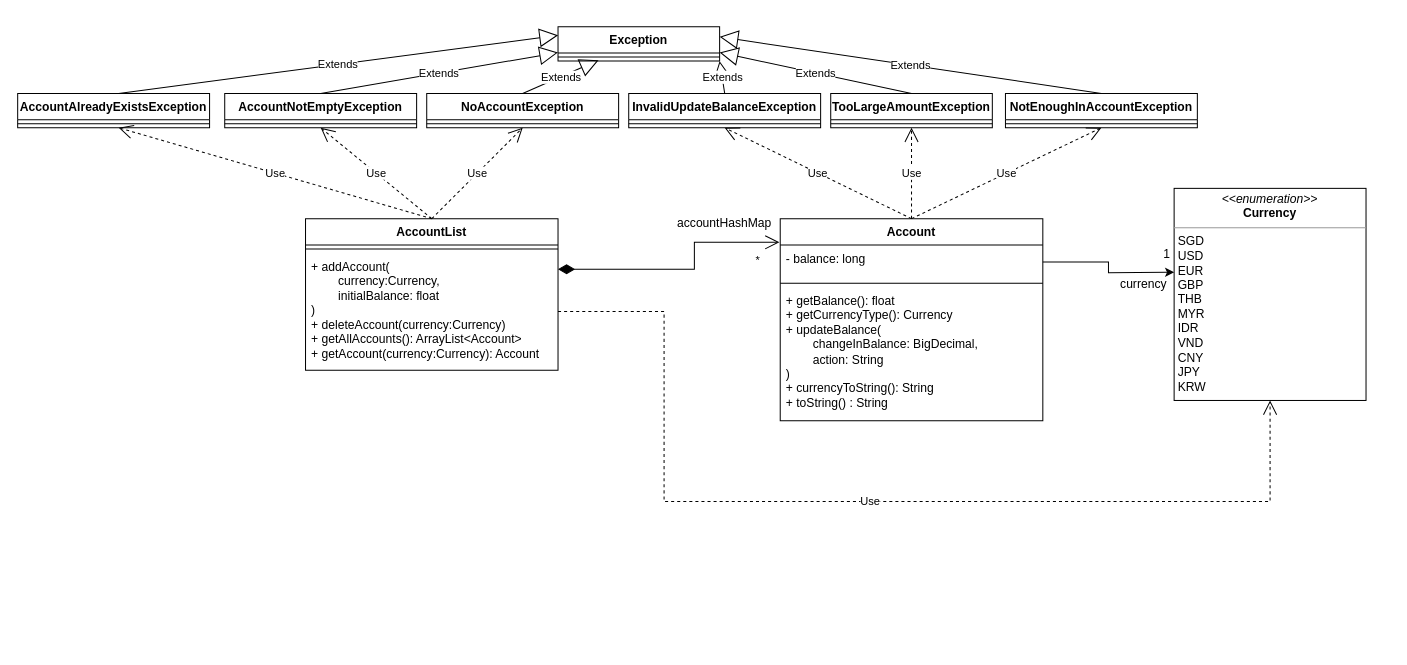
Before: docs/diagrams/AccountListClassDiagram.drawio in woowenjun99/tp, a draw.io diagram. Source tidied: cells renumbered, new cells numbered last; positions are measured from the earlier drawing's top-left corner, leaving out a move shared by most shapes. Both pictures are drawn from the tidied source at 101%, with x=0, y=0 at pixel (17, 26).
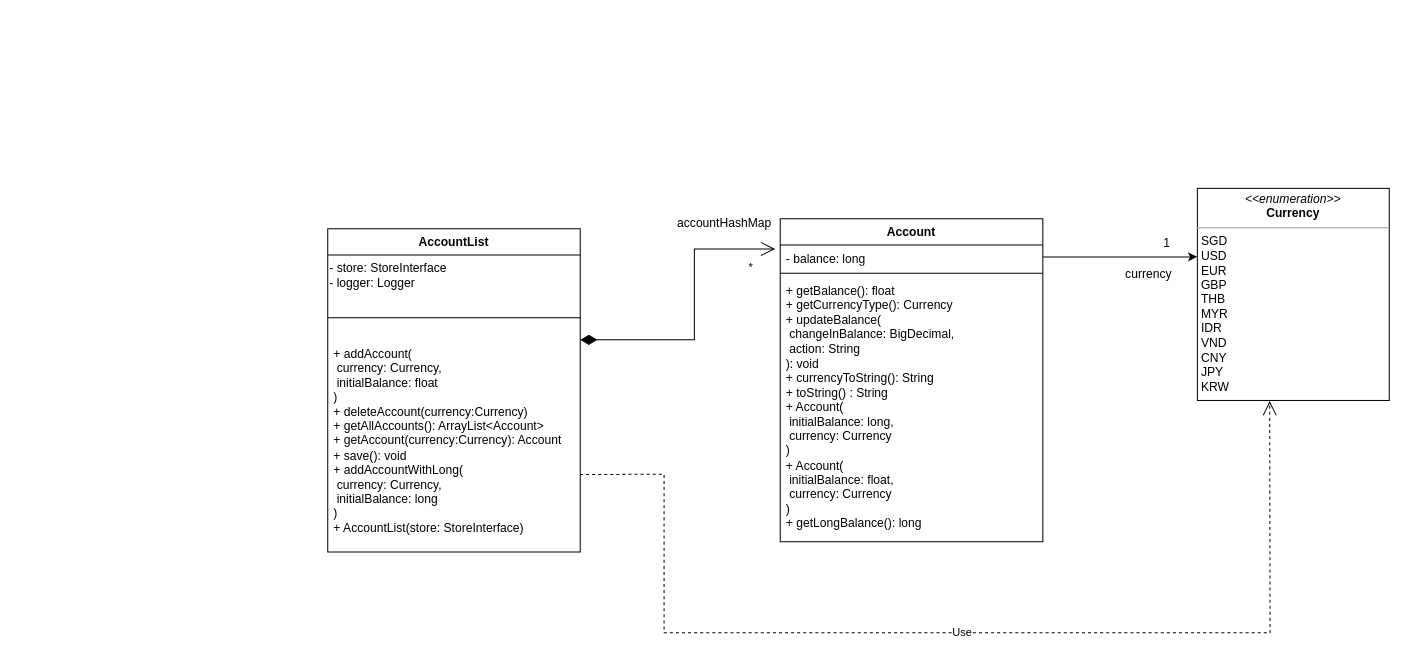
The same page after the edit.

Commit message (it also covers changes not shown here):
Update the account list dg

What changed in the source:
```diff
@@
     <mxCell id="2" value="Account" style="swimlane;fontStyle=1;align=center;verticalAlign=top;horizontal=1;startSize=26;whiteSpace=wrap;html=1;" parent="1" vertex="1">
-      <mxGeometry x="755" y="190" width="260" height="200" as="geometry" />
+      <mxGeometry x="755" y="190" width="260" height="320" as="geometry" />
     </mxCell>
-    <mxCell id="3" style="edgeStyle=orthogonalEdgeStyle;rounded=0;jettySize=auto;html=1;" parent="2" edge="1" source="4">
-      <mxGeometry relative="1" as="geometry">
-        <mxPoint x="390" y="53" as="targetPoint" />
-      </mxGeometry>
-    </mxCell>
     <mxCell id="4" value="- balance: long" style="text;strokeColor=none;fillColor=none;align=left;verticalAlign=top;spacingLeft=4;spacingRight=4;overflow=hidden;points=[[0,0.5],[1,0.5]];portConstraint=eastwest;whiteSpace=wrap;html=1;" parent="2" vertex="1">
-      <mxGeometry y="26" width="260" height="34" as="geometry" />
+      <mxGeometry y="26" width="260" height="24" as="geometry" />
     </mxCell>
     <mxCell id="5" style="line;strokeWidth=1;fillColor=none;align=left;verticalAlign=middle;spacingTop=-1;spacingLeft=3;spacingRight=3;labelPosition=right;strokeColor=inherit;" parent="2" vertex="1">
-      <mxGeometry y="60" width="260" height="8" as="geometry" />
+      <mxGeometry y="50" width="260" height="8" as="geometry" />
     </mxCell>
-    <mxCell id="6" value="+ getBalance(): float&lt;br&gt;+ getCurrencyType(): Currency&lt;br&gt;+ updateBalance(&lt;br&gt;&lt;span style=&quot;background-color: initial;&quot;&gt;&lt;span style=&quot;white-space: pre;&quot;&gt;&#9;&lt;/span&gt;changeInBalance: BigDecimal,&amp;nbsp;&lt;br&gt;&lt;/span&gt;&lt;span style=&quot;background-color: initial;&quot;&gt;&lt;span style=&quot;white-space: pre;&quot;&gt;&#9;&lt;/span&gt;action: String&lt;/span&gt;&lt;span style=&quot;background-color: initial;&quot;&gt;&lt;br&gt;&lt;/span&gt;)&lt;br&gt;+ currencyToString(): String&lt;br&gt;+ toString() : String" style="text;strokeColor=none;fillColor=none;align=left;verticalAlign=top;spacingLeft=4;spacingRight=4;overflow=hidden;whiteSpace=wrap;html=1;" parent="2" vertex="1">
-      <mxGeometry y="68" width="260" height="132" as="geometry" />
+    <mxCell id="6" value="+ getBalance(): float&lt;br&gt;+ getCurrencyType(): Currency&lt;br&gt;+ updateBalance(&lt;br&gt;&lt;span style=&quot;background-color: initial;&quot;&gt;&lt;span style=&quot;white-space: pre;&quot;&gt; &lt;/span&gt;changeInBalance: BigDecimal,&amp;nbsp;&lt;br&gt;&lt;/span&gt;&lt;span style=&quot;background-color: initial;&quot;&gt;&lt;span style=&quot;white-space: pre;&quot;&gt; &lt;/span&gt;action: String&lt;/span&gt;&lt;span style=&quot;background-color: initial;&quot;&gt;&lt;br&gt;&lt;/span&gt;): void&lt;br&gt;+ currencyToString(): String&lt;br&gt;+ toString() : String&lt;br&gt;+ Account(&lt;br&gt;&lt;span style=&quot;white-space: pre;&quot;&gt; &lt;/span&gt;initialBalance: long, &lt;br&gt;&lt;span style=&quot;white-space: pre;&quot;&gt; &lt;/span&gt;currency: Currency&lt;br&gt;)&lt;br&gt;+ Account(&lt;br&gt;&lt;span style=&quot;white-space: pre;&quot;&gt; &lt;/span&gt;initialBalance: float,&lt;br&gt;&lt;span style=&quot;white-space: pre;&quot;&gt; &lt;/span&gt;currency: Currency&lt;br&gt;)&lt;br&gt;+ getLongBalance(): long" style="text;strokeColor=none;fillColor=none;align=left;verticalAlign=top;spacingLeft=4;spacingRight=4;overflow=hidden;whiteSpace=wrap;html=1;" parent="2" vertex="1">
+      <mxGeometry y="58" width="260" height="262" as="geometry" />
     </mxCell>
     <mxCell id="7" value="&lt;p style=&quot;margin:0px;margin-top:4px;text-align:center;&quot;&gt;&lt;i&gt;&amp;lt;&amp;lt;enumeration&amp;gt;&amp;gt;&lt;/i&gt;&lt;br&gt;&lt;b&gt;Currency&lt;/b&gt;&lt;/p&gt;&lt;hr size=&quot;1&quot;&gt;&lt;p style=&quot;margin:0px;margin-left:4px;&quot;&gt;SGD&lt;/p&gt;&lt;p style=&quot;margin:0px;margin-left:4px;&quot;&gt;USD&lt;/p&gt;&lt;p style=&quot;margin:0px;margin-left:4px;&quot;&gt;EUR&lt;/p&gt;&lt;p style=&quot;margin:0px;margin-left:4px;&quot;&gt;GBP&lt;/p&gt;&lt;p style=&quot;margin:0px;margin-left:4px;&quot;&gt;THB&lt;/p&gt;&lt;p style=&quot;margin:0px;margin-left:4px;&quot;&gt;MYR&lt;/p&gt;&lt;p style=&quot;margin:0px;margin-left:4px;&quot;&gt;IDR&lt;/p&gt;&lt;p style=&quot;margin:0px;margin-left:4px;&quot;&gt;VND&lt;/p&gt;&lt;p style=&quot;margin:0px;margin-left:4px;&quot;&gt;CNY&lt;/p&gt;&lt;p style=&quot;margin:0px;margin-left:4px;&quot;&gt;JPY&lt;/p&gt;&lt;p style=&quot;margin:0px;margin-left:4px;&quot;&gt;&lt;span style=&quot;background-color: initial;&quot;&gt;KRW&lt;/span&gt;&lt;/p&gt;" style="verticalAlign=top;align=left;overflow=fill;fontSize=12;fontFamily=Helvetica;html=1;whiteSpace=wrap;" parent="1" vertex="1">
-      <mxGeometry x="1145" y="160" width="190" height="210" as="geometry" />
+      <mxGeometry x="1168" y="160" width="190" height="210" as="geometry" />
     </mxCell>
     <mxCell id="8" value="currency" style="text;html=1;strokeColor=none;fillColor=none;align=center;verticalAlign=middle;whiteSpace=wrap;rounded=0;" parent="1" vertex="1">
-      <mxGeometry x="1085" y="240" width="60" height="30" as="geometry" />
+      <mxGeometry x="1090" y="230" width="60" height="30" as="geometry" />
     </mxCell>
     <mxCell id="9" value="1" style="text;html=1;strokeColor=none;fillColor=none;align=center;verticalAlign=middle;whiteSpace=wrap;rounded=0;" parent="1" vertex="1">
-      <mxGeometry x="1108" y="210" width="60" height="30" as="geometry" />
+      <mxGeometry x="1108" y="210" width="60" height="10" as="geometry" />
     </mxCell>
-    <mxCell id="10" value="InvalidUpdateBalanceException" style="swimlane;fontStyle=1;align=center;verticalAlign=top;horizontal=1;startSize=26;whiteSpace=wrap;html=1;" parent="1" vertex="1">
-      <mxGeometry x="605" y="66" width="190" height="34" as="geometry" />
-    </mxCell>
-    <mxCell id="11" style="line;strokeWidth=1;fillColor=none;align=left;verticalAlign=middle;spacingTop=-1;spacingLeft=3;spacingRight=3;labelPosition=right;strokeColor=inherit;" parent="10" vertex="1">
-      <mxGeometry y="26" width="190" height="8" as="geometry" />
-    </mxCell>
-    <mxCell id="12" value="NotEnoughInAccountException" style="swimlane;fontStyle=1;align=center;verticalAlign=top;horizontal=1;startSize=26;whiteSpace=wrap;html=1;" parent="1" vertex="1">
-      <mxGeometry x="978" y="66" width="190" height="34" as="geometry" />
-    </mxCell>
-    <mxCell id="13" style="line;strokeWidth=1;fillColor=none;align=left;verticalAlign=middle;spacingTop=-1;spacingLeft=3;spacingRight=3;labelPosition=right;strokeColor=inherit;" parent="12" vertex="1">
-      <mxGeometry y="26" width="190" height="8" as="geometry" />
-    </mxCell>
-    <mxCell id="14" value="TooLargeAmountException" style="swimlane;fontStyle=1;align=center;verticalAlign=top;horizontal=1;startSize=26;whiteSpace=wrap;html=1;" parent="1" vertex="1">
-      <mxGeometry x="805" y="66" width="160" height="34" as="geometry" />
-    </mxCell>
-    <mxCell id="15" style="line;strokeWidth=1;fillColor=none;align=left;verticalAlign=middle;spacingTop=-1;spacingLeft=3;spacingRight=3;labelPosition=right;strokeColor=inherit;" parent="14" vertex="1">
-      <mxGeometry y="26" width="160" height="8" as="geometry" />
-    </mxCell>
-    <mxCell id="16" value="Exception" style="swimlane;fontStyle=1;align=center;verticalAlign=top;horizontal=1;startSize=26;whiteSpace=wrap;html=1;" parent="1" vertex="1">
-      <mxGeometry x="535" width="160" height="34" as="geometry" />
-    </mxCell>
-    <mxCell id="17" style="line;strokeWidth=1;fillColor=none;align=left;verticalAlign=middle;spacingTop=-1;spacingLeft=3;spacingRight=3;labelPosition=right;points=[];portConstraint=eastwest;strokeColor=inherit;" parent="16" vertex="1">
-      <mxGeometry y="26" width="160" height="8" as="geometry" />
-    </mxCell>
-    <mxCell id="18" value="Extends" style="endArrow=block;endSize=16;endFill=0;html=1;rounded=0;entryX=1;entryY=1;entryDx=0;entryDy=0;exitX=0.5;exitY=0;exitDx=0;exitDy=0;" parent="1" edge="1" source="10" target="16">
-      <mxGeometry relative="1" as="geometry" />
-    </mxCell>
-    <mxCell id="19" value="Extends" style="endArrow=block;endSize=16;endFill=0;html=1;rounded=0;entryX=1;entryY=0.75;entryDx=0;entryDy=0;exitX=0.5;exitY=0;exitDx=0;exitDy=0;" parent="1" edge="1" source="14" target="16">
-      <mxGeometry relative="1" as="geometry" />
-    </mxCell>
-    <mxCell id="20" value="Extends" style="endArrow=block;endSize=16;endFill=0;html=1;rounded=0;exitX=0.5;exitY=0;exitDx=0;exitDy=0;" parent="1" edge="1" source="12">
-      <mxGeometry relative="1" as="geometry">
-        <mxPoint x="695" y="10" as="targetPoint" />
-      </mxGeometry>
-    </mxCell>
-    <mxCell id="21" value="Use" style="endArrow=open;endSize=12;dashed=1;html=1;rounded=0;entryX=0.5;entryY=1;entryDx=0;entryDy=0;" parent="1" edge="1" source="2" target="14">
-      <mxGeometry relative="1" as="geometry" />
-    </mxCell>
-    <mxCell id="22" value="Use" style="endArrow=open;endSize=12;dashed=1;html=1;rounded=0;entryX=0.5;entryY=1;entryDx=0;entryDy=0;exitX=0.5;exitY=0;exitDx=0;exitDy=0;" parent="1" edge="1" source="2" target="12">
-      <mxGeometry relative="1" as="geometry" />
-    </mxCell>
-    <mxCell id="23" value="Use" style="endArrow=open;endSize=12;dashed=1;html=1;rounded=0;entryX=0.5;entryY=1;entryDx=0;entryDy=0;" parent="1" edge="1" target="10">
-      <mxGeometry relative="1" as="geometry">
-        <mxPoint x="885" y="190" as="sourcePoint" />
-      </mxGeometry>
-    </mxCell>
     <mxCell id="24" value="AccountList" style="swimlane;fontStyle=1;align=center;verticalAlign=top;horizontal=1;startSize=26;whiteSpace=wrap;html=1;" parent="1" vertex="1">
-      <mxGeometry x="285" y="190" width="250" height="150" as="geometry" />
+      <mxGeometry x="307" y="200" width="250" height="320" as="geometry" />
     </mxCell>
+    <mxCell id="42" value="- store: StoreInterface&lt;br&gt;- logger: Logger" style="text;html=1;align=left;verticalAlign=middle;strokeColor=none;fillColor=none;" parent="24" vertex="1">
+      <mxGeometry y="26" width="250" height="40" as="geometry" />
+    </mxCell>
     <mxCell id="25" style="line;strokeWidth=1;fillColor=none;align=left;verticalAlign=middle;spacingTop=-1;spacingLeft=3;spacingRight=3;labelPosition=right;strokeColor=inherit;" parent="24" vertex="1">
-      <mxGeometry y="26" width="250" height="8" as="geometry" />
+      <mxGeometry y="66" width="250" height="44" as="geometry" />
     </mxCell>
-    <mxCell id="26" value="+ addAccount(&lt;br&gt;&lt;span style=&quot;white-space: pre;&quot;&gt;&#9;&lt;/span&gt;currency:Currency,&lt;br&gt;&lt;span style=&quot;white-space: pre;&quot;&gt;&#9;&lt;/span&gt;initialBalance: float&lt;br&gt;)&lt;br&gt;+ deleteAccount(currency:Currency)&lt;br&gt;+ getAllAccounts(): ArrayList&amp;lt;Account&amp;gt;&lt;br&gt;+ getAccount(currency:Currency): Account" style="text;strokeColor=none;fillColor=none;align=left;verticalAlign=top;spacingLeft=4;spacingRight=4;overflow=hidden;points=[[0,0.5],[1,0.5]];portConstraint=eastwest;whiteSpace=wrap;html=1;" parent="24" vertex="1">
-      <mxGeometry y="34" width="250" height="116" as="geometry" />
+    <mxCell id="26" value="+ addAccount(&lt;br&gt;&lt;span style=&quot;white-space: pre;&quot;&gt; &lt;/span&gt;currency: Currency,&lt;br&gt;&lt;span style=&quot;white-space: pre;&quot;&gt; &lt;/span&gt;initialBalance: float&lt;br&gt;)&lt;br&gt;+ deleteAccount(currency:Currency)&lt;br&gt;+ getAllAccounts(): ArrayList&amp;lt;Account&amp;gt;&lt;br&gt;+ getAccount(currency:Currency): Account&lt;br&gt;+ save(): void&lt;br&gt;+ addAccountWithLong(&lt;br&gt;&lt;span style=&quot;white-space: pre;&quot;&gt; &lt;/span&gt;currency: Currency,&lt;br&gt;&lt;span style=&quot;white-space: pre;&quot;&gt; &lt;/span&gt;initialBalance: long&lt;br&gt;)&lt;br&gt;+ AccountList(store: StoreInterface)" style="text;strokeColor=none;fillColor=none;align=left;verticalAlign=top;spacingLeft=4;spacingRight=4;overflow=hidden;points=[[0,0.5],[1,0.5]];portConstraint=eastwest;whiteSpace=wrap;html=1;" parent="24" vertex="1">
+      <mxGeometry y="110" width="250" height="210" as="geometry" />
     </mxCell>
@@
-    <mxCell id="28" value="NoAccountException" style="swimlane;fontStyle=1;align=center;verticalAlign=top;horizontal=1;startSize=26;whiteSpace=wrap;html=1;" parent="1" vertex="1">
-      <mxGeometry x="405" y="66" width="190" height="34" as="geometry" />
-    </mxCell>
-    <mxCell id="29" style="line;strokeWidth=1;fillColor=none;align=left;verticalAlign=middle;spacingTop=-1;spacingLeft=3;spacingRight=3;labelPosition=right;strokeColor=inherit;" parent="28" vertex="1">
-      <mxGeometry y="26" width="190" height="8" as="geometry" />
-    </mxCell>
-    <mxCell id="30" value="AccountNotEmptyException" style="swimlane;fontStyle=1;align=center;verticalAlign=top;horizontal=1;startSize=26;whiteSpace=wrap;html=1;" parent="1" vertex="1">
-      <mxGeometry x="205" y="66" width="190" height="34" as="geometry" />
-    </mxCell>
-    <mxCell id="31" style="line;strokeWidth=1;fillColor=none;align=left;verticalAlign=middle;spacingTop=-1;spacingLeft=3;spacingRight=3;labelPosition=right;strokeColor=inherit;" parent="30" vertex="1">
-      <mxGeometry y="26" width="190" height="8" as="geometry" />
-    </mxCell>
-    <mxCell id="32" value="AccountAlreadyExistsException" style="swimlane;fontStyle=1;align=center;verticalAlign=top;horizontal=1;startSize=26;whiteSpace=wrap;html=1;" parent="1" vertex="1">
-      <mxGeometry y="66" width="190" height="34" as="geometry" />
-    </mxCell>
-    <mxCell id="33" style="line;strokeWidth=1;fillColor=none;align=left;verticalAlign=middle;spacingTop=-1;spacingLeft=3;spacingRight=3;labelPosition=right;strokeColor=inherit;" parent="32" vertex="1">
-      <mxGeometry y="26" width="190" height="8" as="geometry" />
-    </mxCell>
-    <mxCell id="34" value="Use" style="endArrow=open;endSize=12;dashed=1;html=1;rounded=0;entryX=0.5;entryY=1;entryDx=0;entryDy=0;exitX=0.5;exitY=0;exitDx=0;exitDy=0;" parent="1" edge="1" source="24">
-      <mxGeometry relative="1" as="geometry">
-        <mxPoint x="100" y="100" as="targetPoint" />
-      </mxGeometry>
-    </mxCell>
-    <mxCell id="35" value="Use" style="endArrow=open;endSize=12;dashed=1;html=1;rounded=0;entryX=0.5;entryY=1;entryDx=0;entryDy=0;exitX=0.5;exitY=0;exitDx=0;exitDy=0;" parent="1" edge="1" source="24" target="30">
-      <mxGeometry relative="1" as="geometry" />
-    </mxCell>
-    <mxCell id="36" value="Use" style="endArrow=open;endSize=12;dashed=1;html=1;rounded=0;entryX=0.5;entryY=1;entryDx=0;entryDy=0;exitX=0.5;exitY=0;exitDx=0;exitDy=0;" parent="1" edge="1" source="24" target="28">
-      <mxGeometry relative="1" as="geometry" />
-    </mxCell>
-    <mxCell id="37" value="Extends" style="endArrow=block;endSize=16;endFill=0;html=1;rounded=0;entryX=0.251;entryY=0.893;entryDx=0;entryDy=0;exitX=0.5;exitY=0;exitDx=0;exitDy=0;entryPerimeter=0;" parent="1" edge="1" source="28" target="17">
-      <mxGeometry relative="1" as="geometry" />
-    </mxCell>
-    <mxCell id="38" value="Extends" style="endArrow=block;endSize=16;endFill=0;html=1;rounded=0;entryX=0;entryY=0.75;entryDx=0;entryDy=0;exitX=0.5;exitY=0;exitDx=0;exitDy=0;" parent="1" edge="1" source="30" target="16">
-      <mxGeometry relative="1" as="geometry" />
-    </mxCell>
-    <mxCell id="39" value="Extends" style="endArrow=block;endSize=16;endFill=0;html=1;rounded=0;entryX=0;entryY=0.25;entryDx=0;entryDy=0;exitX=0.5;exitY=0;exitDx=0;exitDy=0;" parent="1" edge="1" target="16">
-      <mxGeometry relative="1" as="geometry">
-        <mxPoint x="100" y="66" as="sourcePoint" />
-      </mxGeometry>
-    </mxCell>
-    <mxCell id="40" value="Use" style="endArrow=open;endSize=12;dashed=1;html=1;rounded=0;exitX=1;exitY=0.5;exitDx=0;exitDy=0;entryX=0.5;entryY=1;entryDx=0;entryDy=0;" parent="1" edge="1" source="26" target="7">
+    <mxCell id="40" value="Use" style="endArrow=open;endSize=12;dashed=1;html=1;rounded=0;exitX=0.999;exitY=0.635;exitDx=0;exitDy=0;entryX=0.377;entryY=1.003;entryDx=0;entryDy=0;exitPerimeter=0;entryPerimeter=0;" parent="1" edge="1" source="26" target="7">
       <mxGeometry relative="1" as="geometry">
         <Array as="points">
-          <mxPoint x="640" y="282" />
-          <mxPoint x="640" y="470" />
-          <mxPoint x="1240" y="470" />
+          <mxPoint x="640" y="443" />
+          <mxPoint x="640" y="600" />
+          <mxPoint x="940" y="600" />
+          <mxPoint x="1240" y="600" />
         </Array>
       </mxGeometry>
     </mxCell>
-    <mxCell id="41" value="*" style="endArrow=open;html=1;endSize=12;startArrow=diamondThin;startSize=14;startFill=1;edgeStyle=orthogonalEdgeStyle;align=left;verticalAlign=bottom;rounded=0;entryX=-0.003;entryY=0.117;entryDx=0;entryDy=0;entryPerimeter=0;" parent="1" edge="1" source="26" target="2">
+    <mxCell id="41" value="*" style="endArrow=open;html=1;endSize=12;startArrow=diamondThin;startSize=14;startFill=1;edgeStyle=orthogonalEdgeStyle;align=left;verticalAlign=bottom;rounded=0;" parent="1" edge="1" source="26">
       <mxGeometry x="0.8" y="-27" relative="1" as="geometry">
+        <mxPoint x="750" y="220" as="targetPoint" />
         <Array as="points">
-          <mxPoint x="670" y="240" />
-          <mxPoint x="670" y="213" />
+          <mxPoint x="670" y="310" />
+          <mxPoint x="670" y="220" />
         </Array>
       </mxGeometry>
     </mxCell>
+    <mxCell id="3" style="edgeStyle=orthogonalEdgeStyle;rounded=0;jettySize=auto;html=1;entryX=-0.001;entryY=0.323;entryDx=0;entryDy=0;entryPerimeter=0;" parent="1" edge="1" source="4" target="7">
+      <mxGeometry relative="1" as="geometry" />
+    </mxCell>
```
